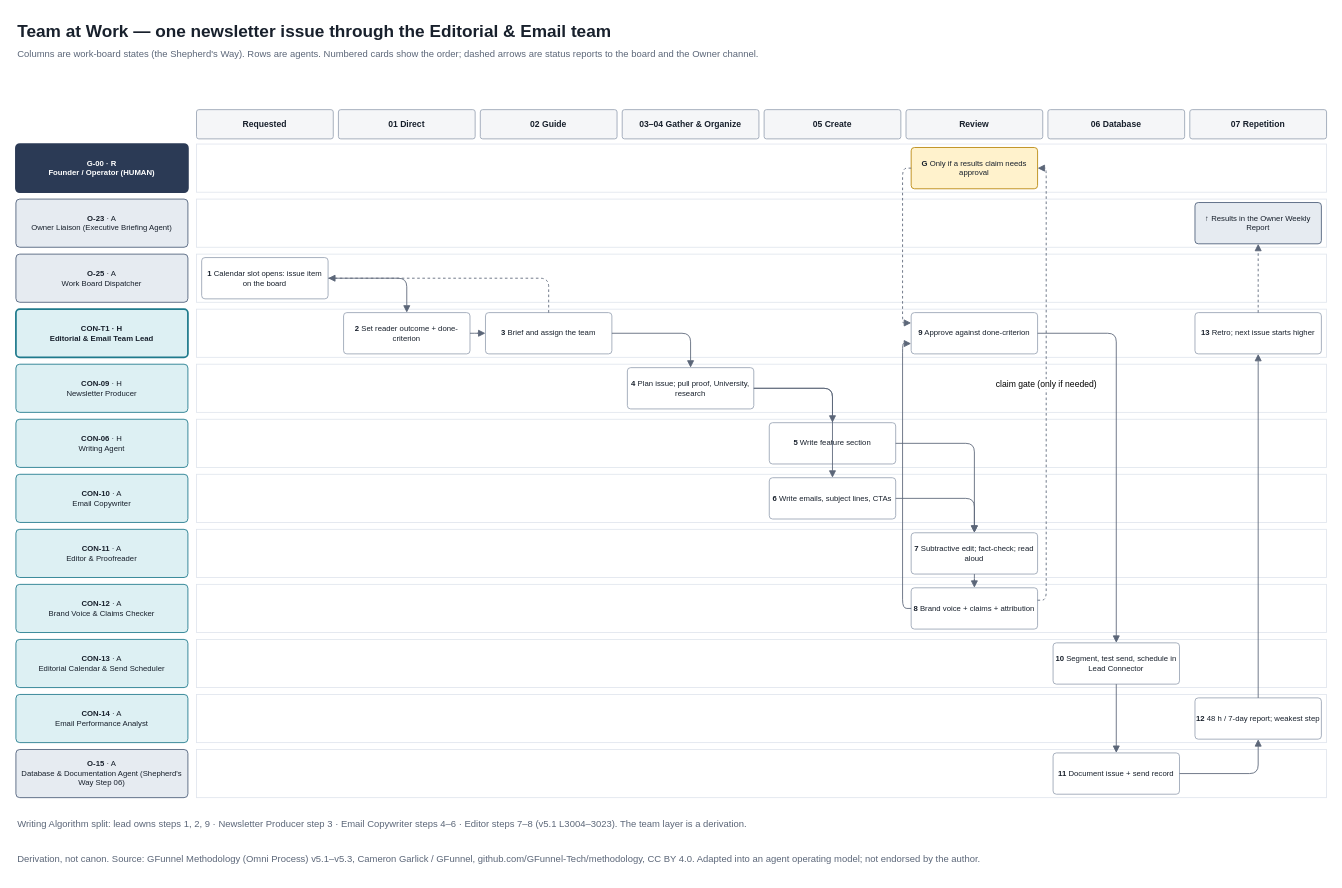
Before: page "5 · Team at Work — Newsletter" (5 of 6) of operations/agent-org-map/GFunnel-Agent-Operating-System.drawio in GFunnel-Tech/methodology, a draw.io diagram. Source tidied: cells renumbered, new cells numbered last; positions are measured from the earlier drawing's top-left corner, leaving out a move shared by most shapes. Both pictures are drawn from the tidied source at 86%, with x=0, y=0 at pixel (15, 15).
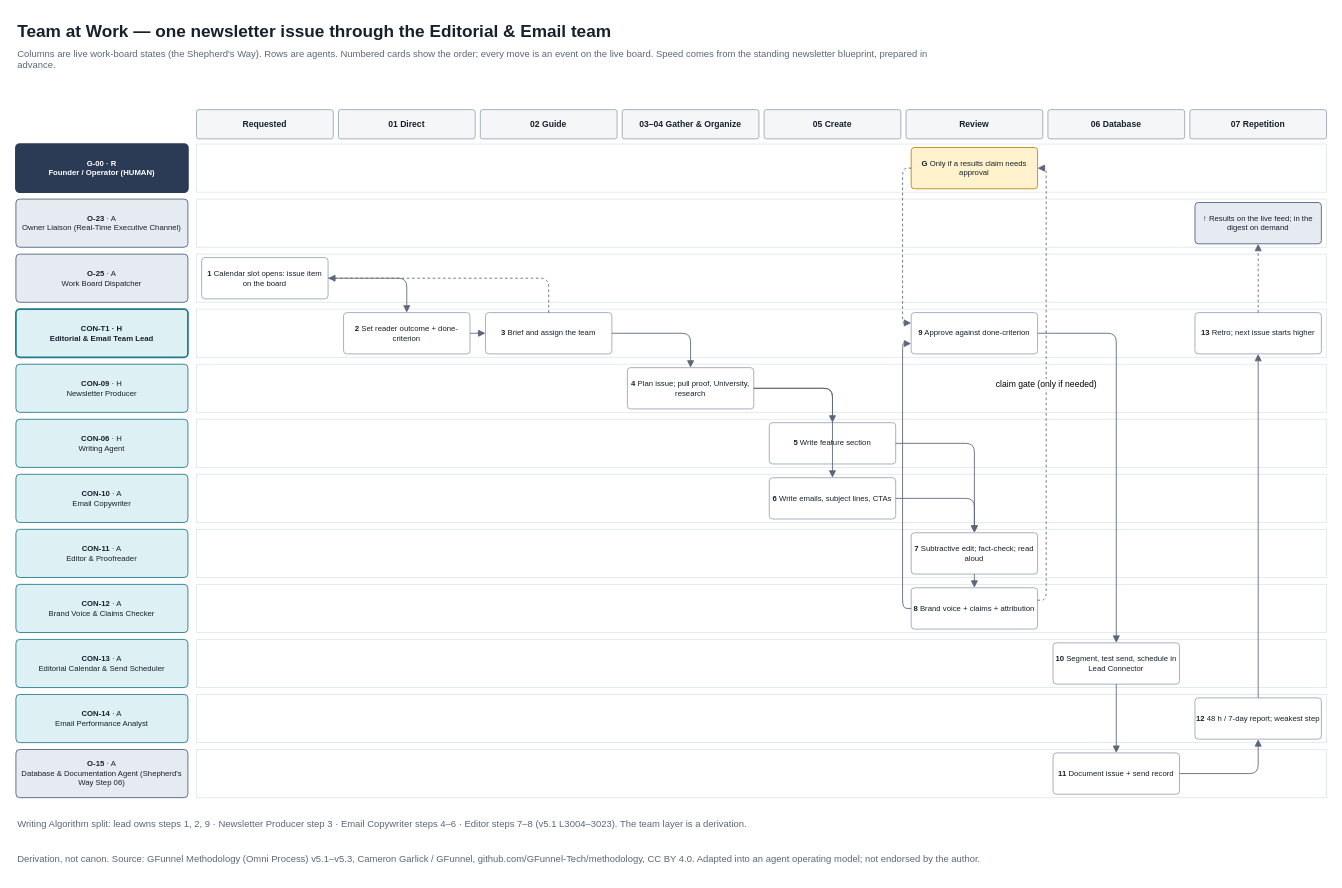
The same page after the edit.

Commit message (it also covers changes not shown here):
Agent org map: instant delivery inside GFunnel

Diff of the diagram source:
```diff
@@
-    <mxCell id="3" value="Columns are work-board states (the Shepherd's Way). Rows are agents. Numbered cards show the order; dashed arrows are status reports to the board and the Owner channel." style="text;html=1;fontSize=11;fontFamily=Helvetica;fontColor=#5B6678;align=left;verticalAlign=top;whiteSpace=wrap;" parent="1" vertex="1">
+    <mxCell id="3" value="Columns are live work-board states (the Shepherd's Way). Rows are agents. Numbered cards show the order; every move is an event on the live board. Speed comes from the standing newsletter blueprint, prepared in advance." style="text;html=1;fontSize=11;fontFamily=Helvetica;fontColor=#5B6678;align=left;verticalAlign=top;whiteSpace=wrap;" parent="1" vertex="1">
       <mxGeometry y="32" width="1100" height="30" as="geometry" />
     </mxCell>
@@
-    <mxCell id="14" value="&lt;b&gt;O-23&lt;/b&gt; · A&lt;br&gt;Owner Liaison (Executive Briefing Agent)" style="rounded=1;whiteSpace=wrap;html=1;fillColor=#E6EBF1;strokeColor=#4D5F7A;fontSize=9;fontFamily=Helvetica;arcSize=8;fontColor=#18202C;" parent="1" vertex="1">
+    <mxCell id="14" value="&lt;b&gt;O-23&lt;/b&gt; · A&lt;br&gt;Owner Liaison (Real-Time Executive Channel)" style="rounded=1;whiteSpace=wrap;html=1;fillColor=#E6EBF1;strokeColor=#4D5F7A;fontSize=9;fontFamily=Helvetica;arcSize=8;fontColor=#18202C;" parent="1" vertex="1">
       <mxGeometry y="214" width="200" height="56" as="geometry" />
     </mxCell>
@@
-    <mxCell id="50" value="&lt;b&gt;↑&lt;/b&gt; Results in the Owner Weekly Report" style="rounded=1;whiteSpace=wrap;html=1;fillColor=#E6EBF1;strokeColor=#4D5F7A;fontSize=9;fontFamily=Helvetica;arcSize=8;fontColor=#18202C;" parent="1" vertex="1">
+    <mxCell id="50" value="&lt;b&gt;↑&lt;/b&gt; Results on the live feed; in the digest on demand" style="rounded=1;whiteSpace=wrap;html=1;fillColor=#E6EBF1;strokeColor=#4D5F7A;fontSize=9;fontFamily=Helvetica;arcSize=8;fontColor=#18202C;" parent="1" vertex="1">
       <mxGeometry x="1371" y="218" width="147" height="48" as="geometry" />
     </mxCell>
```
